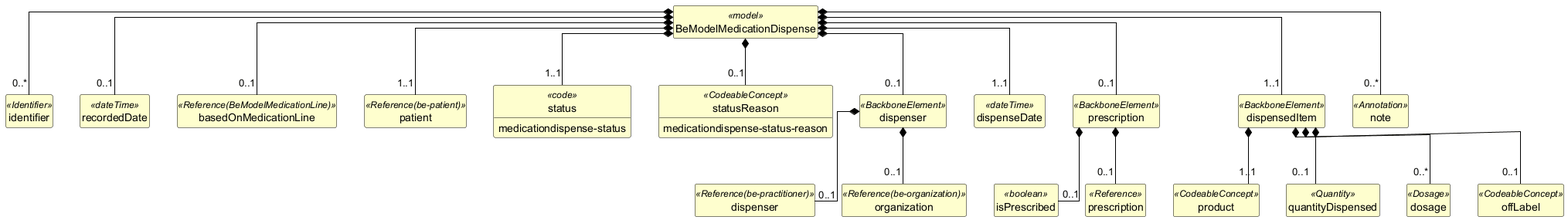
Earlier version of the PlantUML export exports/diagrams/BeModelMedicationDispense-uml.png (caresets/caresets-src).
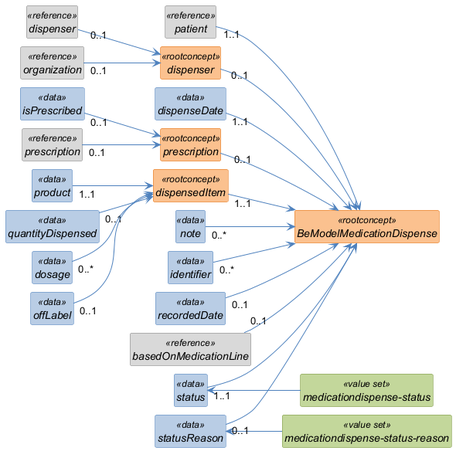
Above is the later version.

Change to the diagram source:
```diff
@@ -1,96 +1,109 @@
 @startuml
+left to right direction
 skinparam shadowing false
+skinparam nodesep 10
+skinparam ranksep 40
 skinparam classAttributeIconSize 0
-skinparam linetype ortho
 skinparam class {
-  BackgroundColor #FEFECE
-  BorderColor #000000
-  ArrowColor #000000
-  FontStyle bold
-  AttributeFontStyle normal
+  FontStyle italic
+  BackgroundColor<<rootconcept>> #FAC08F
+  BorderColor<<rootconcept>> #E36C0A
+  BackgroundColor<<data>> #B8CCE4
+  BorderColor<<data>> #4F81BD
+  BackgroundColor<<reference>> #D9D9D9
+  BorderColor<<reference>> #808080
+  BackgroundColor<<value set>> #C3D69B
+  BorderColor<<value set>> #77933C
+  ArrowColor #4F81BD
 }
 hide circle
 hide empty members
 
-class "BeModelMedicationDispense" as BeModelMedicationDispense <<model>> {
+class "BeModelMedicationDispense" as BeModelMedicationDispense <<rootconcept>> {
 }
 
-class "identifier" as BeModelMedicationDispense_identifier <<Identifier>> {
+class "identifier" as BeModelMedicationDispense_identifier <<data>> {
 }
 
-class "recordedDate" as BeModelMedicationDispense_recordedDate <<dateTime>> {
+class "recordedDate" as BeModelMedicationDispense_recordedDate <<data>> {
 }
 
-class "basedOnMedicationLine" as BeModelMedicationDispense_basedOnMedicationLine <<Reference(BeModelMedicationLine)>> {
+class "basedOnMedicationLine" as BeModelMedicationDispense_basedOnMedicationLine <<reference>> {
 }
 
-class "patient" as BeModelMedicationDispense_patient <<Reference(be-patient)>> {
+class "patient" as BeModelMedicationDispense_patient <<reference>> {
 }
 
-class "status" as BeModelMedicationDispense_status <<code>> {
-  medicationdispense-status
+class "status" as BeModelMedicationDispense_status <<data>> {
 }
 
-class "statusReason" as BeModelMedicationDispense_statusReason <<CodeableConcept>> {
-  medicationdispense-status-reason
+class "medicationdispense-status" as BeModelMedicationDispense_status_vs <<value set>> {
 }
 
-class "dispenser" as BeModelMedicationDispense_dispenser <<BackboneElement>> {
+class "statusReason" as BeModelMedicationDispense_statusReason <<data>> {
 }
 
-class "dispenser" as BeModelMedicationDispense_dispenser_dispenser <<Reference(be-practitioner)>> {
+class "medicationdispense-status-reason" as BeModelMedicationDispense_statusReason_vs <<value set>> {
 }
 
-class "organization" as BeModelMedicationDispense_dispenser_organization <<Reference(be-organization)>> {
+class "dispenser" as BeModelMedicationDispense_dispenser <<rootconcept>> {
 }
 
-class "dispenseDate" as BeModelMedicationDispense_dispenseDate <<dateTime>> {
+class "dispenser" as BeModelMedicationDispense_dispenser_dispenser <<reference>> {
 }
 
-class "prescription" as BeModelMedicationDispense_prescription <<BackboneElement>> {
+class "organization" as BeModelMedicationDispense_dispenser_organization <<reference>> {
 }
 
-class "isPrescribed" as BeModelMedicationDispense_prescription_isPrescribed <<boolean>> {
+class "dispenseDate" as BeModelMedicationDispense_dispenseDate <<data>> {
 }
 
-class "prescription" as BeModelMedicationDispense_prescription_prescription <<Reference>> {
+class "prescription" as BeModelMedicationDispense_prescription <<rootconcept>> {
 }
 
-class "dispensedItem" as BeModelMedicationDispense_dispensedItem <<BackboneElement>> {
+class "isPrescribed" as BeModelMedicationDispense_prescription_isPrescribed <<data>> {
 }
 
-class "product" as BeModelMedicationDispense_dispensedItem_product <<CodeableConcept>> {
+class "prescription" as BeModelMedicationDispense_prescription_prescription <<reference>> {
 }
 
-class "quantityDispensed" as BeModelMedicationDispense_dispensedItem_quantityDispensed <<Quantity>> {
+class "dispensedItem" as BeModelMedicationDispense_dispensedItem <<rootconcept>> {
 }
 
-class "dosage" as BeModelMedicationDispense_dispensedItem_dosage <<Dosage>> {
+class "product" as BeModelMedicationDispense_dispensedItem_product <<data>> {
 }
 
-class "offLabel" as BeModelMedicationDispense_dispensedItem_offLabel <<CodeableConcept>> {
+class "quantityDispensed" as BeModelMedicationDispense_dispensedItem_quantityDispensed <<data>> {
 }
 
-class "note" as BeModelMedicationDispense_note <<Annotation>> {
+class "dosage" as BeModelMedicationDispense_dispensedItem_dosage <<data>> {
 }
 
-BeModelMedicationDispense *-- "0..*" BeModelMedicationDispense_identifier
-BeModelMedicationDispense *-- "0..1" BeModelMedicationDispense_recordedDate
-BeModelMedicationDispense *-- "0..1" BeModelMedicationDispense_basedOnMedicationLine
-BeModelMedicationDispense *-- "1..1" BeModelMedicationDispense_patient
-BeModelMedicationDispense *-- "1..1" BeModelMedicationDispense_status
-BeModelMedicationDispense *-- "0..1" BeModelMedicationDispense_statusReason
-BeModelMedicationDispense *-- "0..1" BeModelMedicationDispense_dispenser
-BeModelMedicationDispense_dispenser *-- "0..1" BeModelMedicationDispense_dispenser_dispenser
-BeModelMedicationDispense_dispenser *-- "0..1" BeModelMedicationDispense_dispenser_organization
-BeModelMedicationDispense *-- "1..1" BeModelMedicationDispense_dispenseDate
-BeModelMedicationDispense *-- "0..1" BeModelMedicationDispense_prescription
-BeModelMedicationDispense_prescription *-- "0..1" BeModelMedicationDispense_prescription_isPrescribed
-BeModelMedicationDispense_prescription *-- "0..1" BeModelMedicationDispense_prescription_prescription
-BeModelMedicationDispense *-- "1..1" BeModelMedicationDispense_dispensedItem
-BeModelMedicationDispense_dispensedItem *-- "1..1" BeModelMedicationDispense_dispensedItem_product
-BeModelMedicationDispense_dispensedItem *-- "0..1" BeModelMedicationDispense_dispensedItem_quantityDispensed
-BeModelMedicationDispense_dispensedItem *-- "0..*" BeModelMedicationDispense_dispensedItem_dosage
-BeModelMedicationDispense_dispensedItem *-- "0..1" BeModelMedicationDispense_dispensedItem_offLabel
-BeModelMedicationDispense *-- "0..*" BeModelMedicationDispense_note
+class "offLabel" as BeModelMedicationDispense_dispensedItem_offLabel <<data>> {
+}
+
+class "note" as BeModelMedicationDispense_note <<data>> {
+}
+
+BeModelMedicationDispense_status <-- BeModelMedicationDispense_status_vs
+BeModelMedicationDispense_statusReason <-- BeModelMedicationDispense_statusReason_vs
+BeModelMedicationDispense_identifier "0..*" --> BeModelMedicationDispense
+BeModelMedicationDispense_recordedDate "0..1" --> BeModelMedicationDispense
+BeModelMedicationDispense_basedOnMedicationLine "0..1" --> BeModelMedicationDispense
+BeModelMedicationDispense_patient "1..1" --> BeModelMedicationDispense
+BeModelMedicationDispense_status "1..1" --> BeModelMedicationDispense
+BeModelMedicationDispense_statusReason "0..1" --> BeModelMedicationDispense
+BeModelMedicationDispense_dispenser "0..1" --> BeModelMedicationDispense
+BeModelMedicationDispense_dispenser_dispenser "0..1" --> BeModelMedicationDispense_dispenser
+BeModelMedicationDispense_dispenser_organization "0..1" --> BeModelMedicationDispense_dispenser
+BeModelMedicationDispense_dispenseDate "1..1" --> BeModelMedicationDispense
+BeModelMedicationDispense_prescription "0..1" --> BeModelMedicationDispense
+BeModelMedicationDispense_prescription_isPrescribed "0..1" --> BeModelMedicationDispense_prescription
+BeModelMedicationDispense_prescription_prescription "0..1" --> BeModelMedicationDispense_prescription
+BeModelMedicationDispense_dispensedItem "1..1" --> BeModelMedicationDispense
+BeModelMedicationDispense_dispensedItem_product "1..1" --> BeModelMedicationDispense_dispensedItem
+BeModelMedicationDispense_dispensedItem_quantityDispensed "0..1" --> BeModelMedicationDispense_dispensedItem
+BeModelMedicationDispense_dispensedItem_dosage "0..*" --> BeModelMedicationDispense_dispensedItem
+BeModelMedicationDispense_dispensedItem_offLabel "0..1" --> BeModelMedicationDispense_dispensedItem
+BeModelMedicationDispense_note "0..*" --> BeModelMedicationDispense
 @enduml
```
